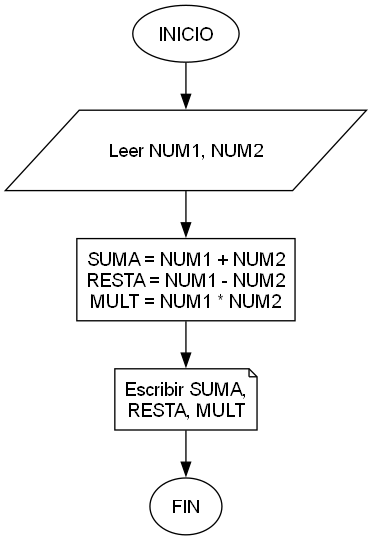
Earlier version of the Graphviz export Ejercicios/PS_1_1/Diagrama/PS_1_1.png (23Leilany166/java-tutor-tics). Its source is kept beside it as Ejercicios/PS_1_1/Diagrama/PS_1_1.dot. Source of this version:
```dot
digraph PS_1_1 {
    graph [bgcolor="transparent"];
    node [shape=rect, fontname="Arial", margin="0.1,0.1"];
    edge [fontname="Arial", fontsize=10];

    INICIO [shape=ellipse, label="INICIO"];
    LEER_NUMS [shape=parallelogram, label="Leer NUM1, NUM2"];
    CALCULAR [label="SUMA = NUM1 + NUM2\nRESTA = NUM1 - NUM2\nMULT = NUM1 * NUM2"];
    IMPRIMIR [shape=note, label="Escribir SUMA,\nRESTA, MULT"];
    FIN [shape=ellipse, label="FIN"];

    INICIO -> LEER_NUMS;
    LEER_NUMS -> CALCULAR;
    CALCULAR -> IMPRIMIR;
    IMPRIMIR -> FIN;
}
```
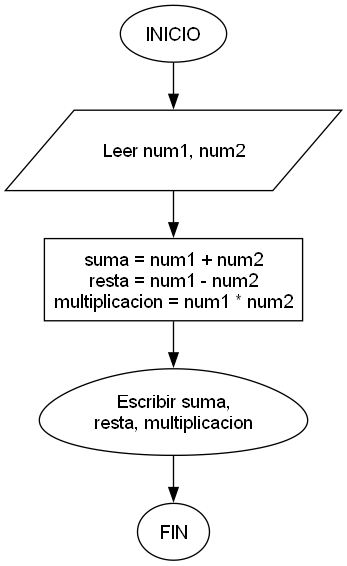
After the commit.

Diff of the diagram source:
```diff
@@ -4,9 +4,9 @@
     edge [fontname="Arial", fontsize=10];
 
     INICIO [shape=ellipse, label="INICIO"];
-    LEER_NUMS [shape=parallelogram, label="Leer NUM1, NUM2"];
-    CALCULAR [label="SUMA = NUM1 + NUM2\nRESTA = NUM1 - NUM2\nMULT = NUM1 * NUM2"];
-    IMPRIMIR [shape=note, label="Escribir SUMA,\nRESTA, MULT"];
+    LEER_NUMS [shape=parallelogram, label="Leer num1, num2"];
+    CALCULAR [label="suma = num1 + num2\nresta = num1 - num2\nmultiplicacion = num1 * num2"];
+    IMPRIMIR [shape=egg, label="Escribir suma,\nresta, multiplicacion"];
     FIN [shape=ellipse, label="FIN"];
 
     INICIO -> LEER_NUMS;
```
